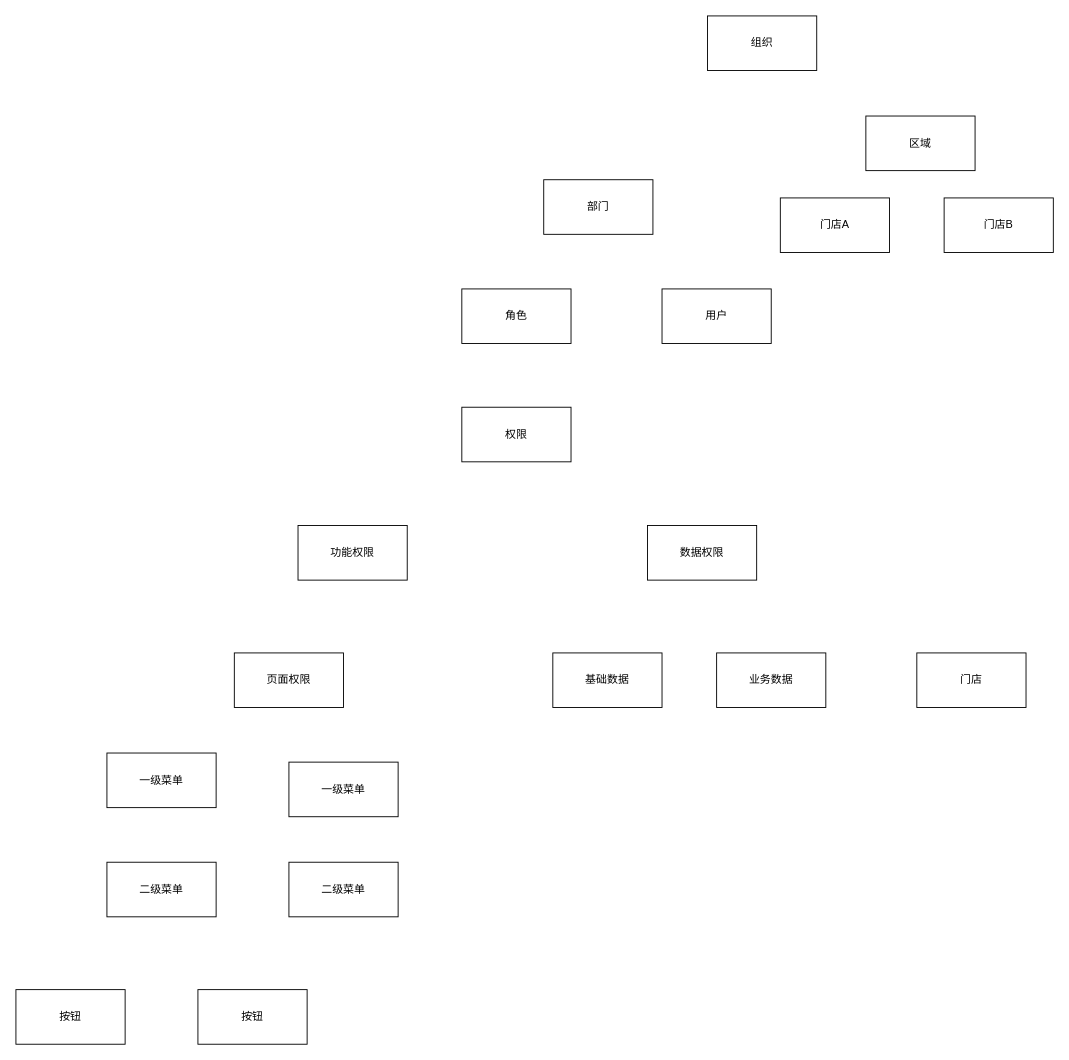
The draw.io diagram flow-charts/RBAC design.drawio in mtxmwy/supply-chain, before the edit. Source tidied: cells renumbered, new cells numbered last; positions are measured from the earlier drawing's top-left corner, leaving out a move shared by most shapes. Both pictures are drawn from the tidied source at 91%, with x=0, y=0 at pixel (15, 15).
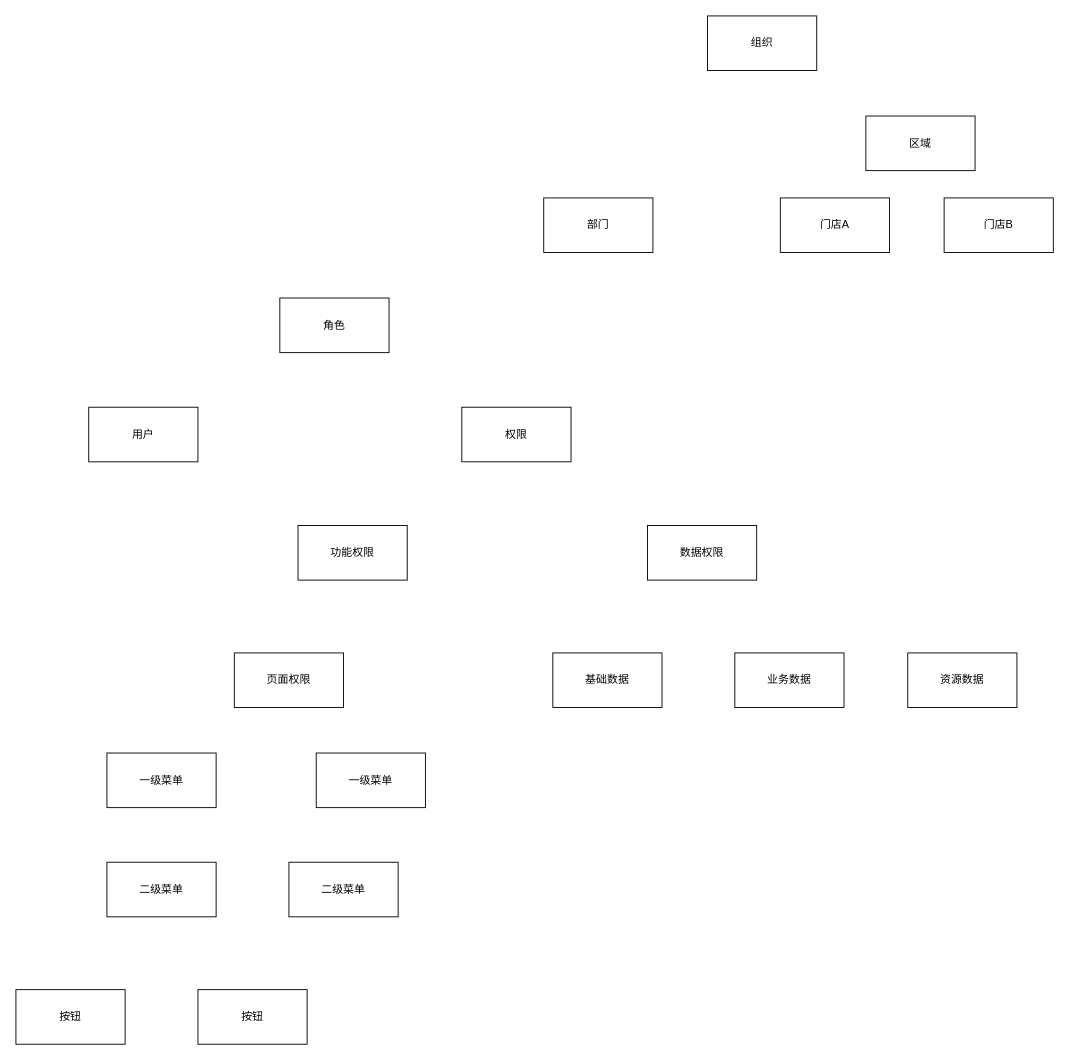
Above is the later version.

Commit message (it also covers changes not shown here):
rabc 部分数据语句

Diff of the diagram source:
```diff
@@
     <mxCell id="4" value="部门" style="rounded=0;whiteSpace=wrap;html=1;" parent="1" vertex="1">
-      <mxGeometry x="580" y="180" width="120" height="60" as="geometry" />
+      <mxGeometry x="580" y="200" width="120" height="60" as="geometry" />
     </mxCell>
@@
     <mxCell id="6" value="角色" style="rounded=0;whiteSpace=wrap;html=1;" parent="1" vertex="1">
-      <mxGeometry x="490" y="300" width="120" height="60" as="geometry" />
+      <mxGeometry x="290" y="310" width="120" height="60" as="geometry" />
     </mxCell>
@@
     <mxCell id="8" value="用户" style="rounded=0;whiteSpace=wrap;html=1;" parent="1" vertex="1">
-      <mxGeometry x="710" y="300" width="120" height="60" as="geometry" />
+      <mxGeometry x="80" y="430" width="120" height="60" as="geometry" />
     </mxCell>
@@
     <mxCell id="14" value="业务数据" style="rounded=0;whiteSpace=wrap;html=1;" parent="1" vertex="1">
-      <mxGeometry x="770" y="700" width="120" height="60" as="geometry" />
+      <mxGeometry x="790" y="700" width="120" height="60" as="geometry" />
     </mxCell>
-    <mxCell id="15" value="门店" style="rounded=0;whiteSpace=wrap;html=1;" parent="1" vertex="1">
-      <mxGeometry x="990" y="700" width="120" height="60" as="geometry" />
-    </mxCell>
@@
     <mxCell id="18" value="一级菜单" style="rounded=0;whiteSpace=wrap;html=1;" parent="1" vertex="1">
-      <mxGeometry x="300" y="820" width="120" height="60" as="geometry" />
+      <mxGeometry x="330" y="810" width="120" height="60" as="geometry" />
     </mxCell>
@@
+    <mxCell id="22" value="资源数据" style="rounded=0;whiteSpace=wrap;html=1;" parent="1" vertex="1">
+      <mxGeometry x="980" y="700" width="120" height="60" as="geometry" />
+    </mxCell>
```
